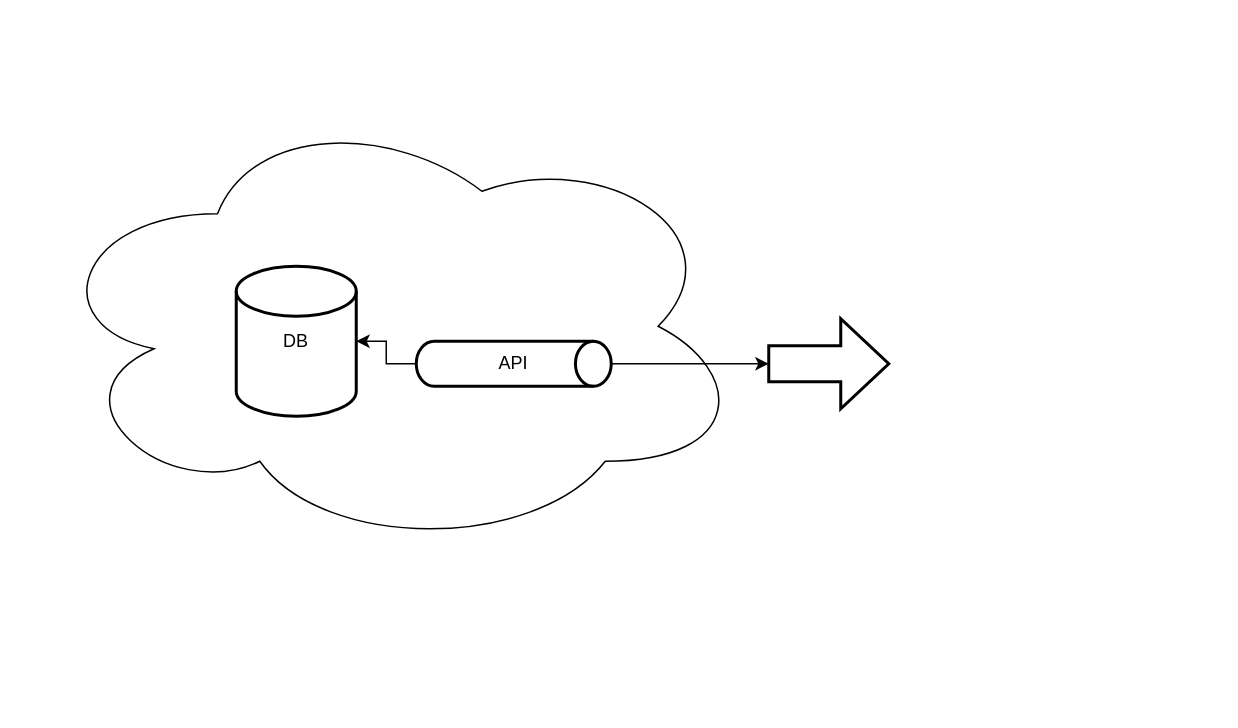
The draw.io diagram cloud.drawio in DevPrinceK/final_project_architecture_design, before the edit. Source tidied: cells renumbered, new cells numbered last; positions are measured from the earlier drawing's top-left corner, leaving out a move shared by most shapes. Both pictures are drawn from the tidied source at 150%, with x=0, y=0 at pixel (40, 100).
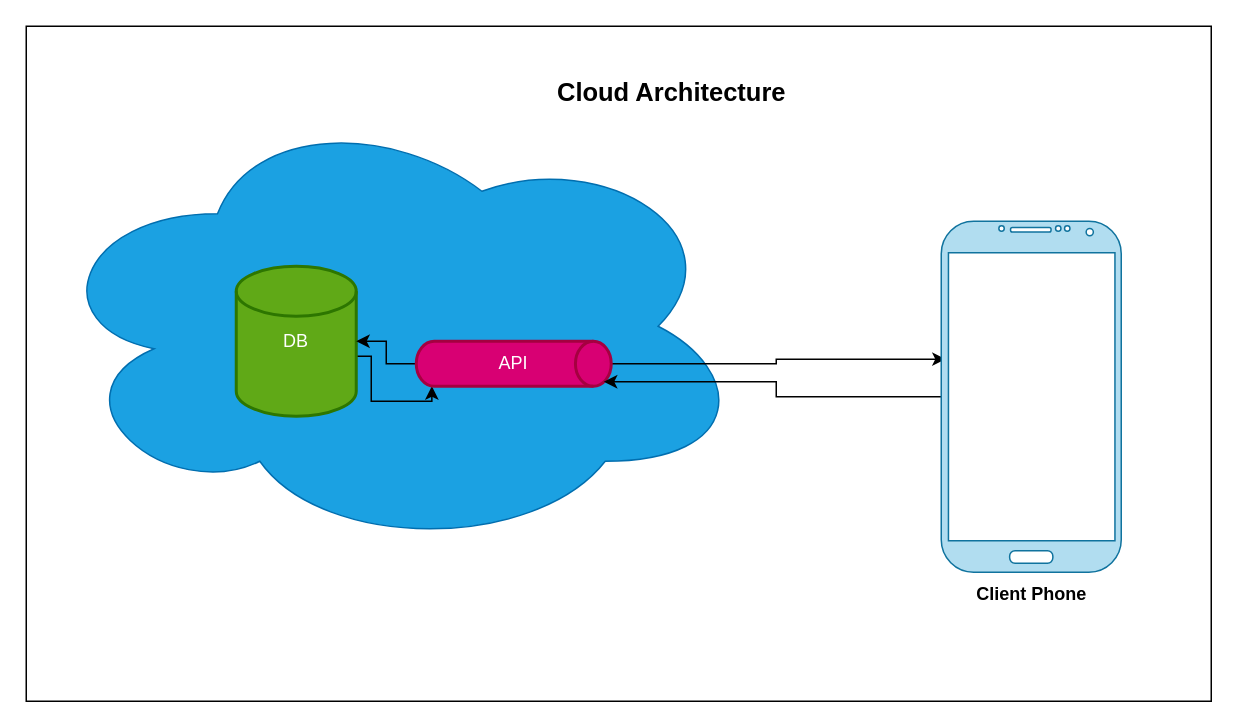
The same diagram, later.

The edit, as a diff of the source:
```diff
@@
 <mxGraphModel>
   <root>
     <mxCell id="0" />
     <mxCell id="1" parent="0" />
+    <mxCell id="8" style="rounded=0;whiteSpace=wrap;html=1;" parent="1" vertex="1">
+      <mxGeometry x="-10" y="-50" width="790" height="450" as="geometry" />
+    </mxCell>
-    <mxCell id="2" style="ellipse;shape=cloud;whiteSpace=wrap;html=1;" parent="1" vertex="1">
+    <mxCell id="2" style="ellipse;shape=cloud;whiteSpace=wrap;html=1;fillColor=#1ba1e2;fontColor=#ffffff;strokeColor=#006EAF;" parent="1" vertex="1">
       <mxGeometry width="470" height="300" as="geometry" />
     </mxCell>
+    <mxCell id="9" style="edgeStyle=orthogonalEdgeStyle;rounded=0;jettySize=auto;html=1;entryX=0.08;entryY=1;entryDx=0;entryDy=0;entryPerimeter=0;" parent="1" edge="1" source="3" target="6">
+      <mxGeometry relative="1" as="geometry">
+        <Array as="points">
+          <mxPoint x="220" y="170" />
+          <mxPoint x="220" y="200" />
+          <mxPoint x="260" y="200" />
+        </Array>
+      </mxGeometry>
+    </mxCell>
-    <mxCell id="3" value="DB" style="strokeWidth=2;html=1;shape=mxgraph.flowchart.database;whiteSpace=wrap;" parent="1" vertex="1">
+    <mxCell id="3" value="DB" style="strokeWidth=2;html=1;shape=mxgraph.flowchart.database;whiteSpace=wrap;fillColor=#60a917;fontColor=#ffffff;strokeColor=#2D7600;" parent="1" vertex="1">
       <mxGeometry x="130" y="110" width="80" height="100" as="geometry" />
     </mxCell>
     <mxCell id="4" style="edgeStyle=orthogonalEdgeStyle;rounded=0;jettySize=auto;html=1;" parent="1" edge="1" source="6" target="3">
-      <mxGeometry relative="1" as="geometry" />
+      <mxGeometry relative="1" as="geometry">
+        <Array as="points">
+          <mxPoint x="230" y="175" />
+          <mxPoint x="230" y="160" />
+        </Array>
+      </mxGeometry>
     </mxCell>
-    <mxCell id="5" style="edgeStyle=orthogonalEdgeStyle;rounded=0;jettySize=auto;html=1;" parent="1" edge="1" source="6" target="7">
+    <mxCell id="5" style="edgeStyle=orthogonalEdgeStyle;rounded=0;jettySize=auto;html=1;entryX=0.025;entryY=0.393;entryDx=0;entryDy=0;entryPerimeter=0;" parent="1" edge="1" source="6" target="12">
       <mxGeometry relative="1" as="geometry" />
     </mxCell>
-    <mxCell id="6" value="API" style="strokeWidth=2;html=1;shape=mxgraph.flowchart.direct_data;whiteSpace=wrap;" parent="1" vertex="1">
+    <mxCell id="6" value="API" style="strokeWidth=2;html=1;shape=mxgraph.flowchart.direct_data;whiteSpace=wrap;fillColor=#d80073;fontColor=#ffffff;strokeColor=#A50040;" parent="1" vertex="1">
       <mxGeometry x="250" y="160" width="130" height="30" as="geometry" />
     </mxCell>
-    <mxCell id="7" style="shape=singleArrow;whiteSpace=wrap;html=1;arrowWidth=0.4;arrowSize=0.4;strokeWidth=2;" parent="1" vertex="1">
-      <mxGeometry x="485" y="145" width="80" height="60" as="geometry" />
-    </mxCell>
+    <mxCell id="10" value="Cloud Architecture" style="text;html=1;align=center;verticalAlign=middle;strokeColor=none;fillColor=none;fontSize=17;fontStyle=1;" parent="1" vertex="1">
+      <mxGeometry x="330" y="-20" width="180" height="30" as="geometry" />
+    </mxCell>
+    <mxCell id="11" style="edgeStyle=orthogonalEdgeStyle;rounded=0;jettySize=auto;html=1;entryX=0.962;entryY=0.9;entryDx=0;entryDy=0;entryPerimeter=0;" parent="1" edge="1" source="12" target="6">
+      <mxGeometry relative="1" as="geometry" />
+    </mxCell>
+    <mxCell id="12" style="verticalLabelPosition=bottom;verticalAlign=top;html=1;shadow=0;dashed=0;strokeWidth=1;shape=mxgraph.android.phone2;fillColor=#b1ddf0;strokeColor=#10739e;" parent="1" vertex="1">
+      <mxGeometry x="600" y="80" width="120" height="234" as="geometry" />
+    </mxCell>
+    <mxCell id="13" value="Client Phone" style="text;html=1;align=center;verticalAlign=middle;strokeColor=none;fillColor=none;fontStyle=1;" parent="1" vertex="1">
+      <mxGeometry x="610" y="314" width="100" height="30" as="geometry" />
+    </mxCell>
   </root>
 </mxGraphModel>
```
